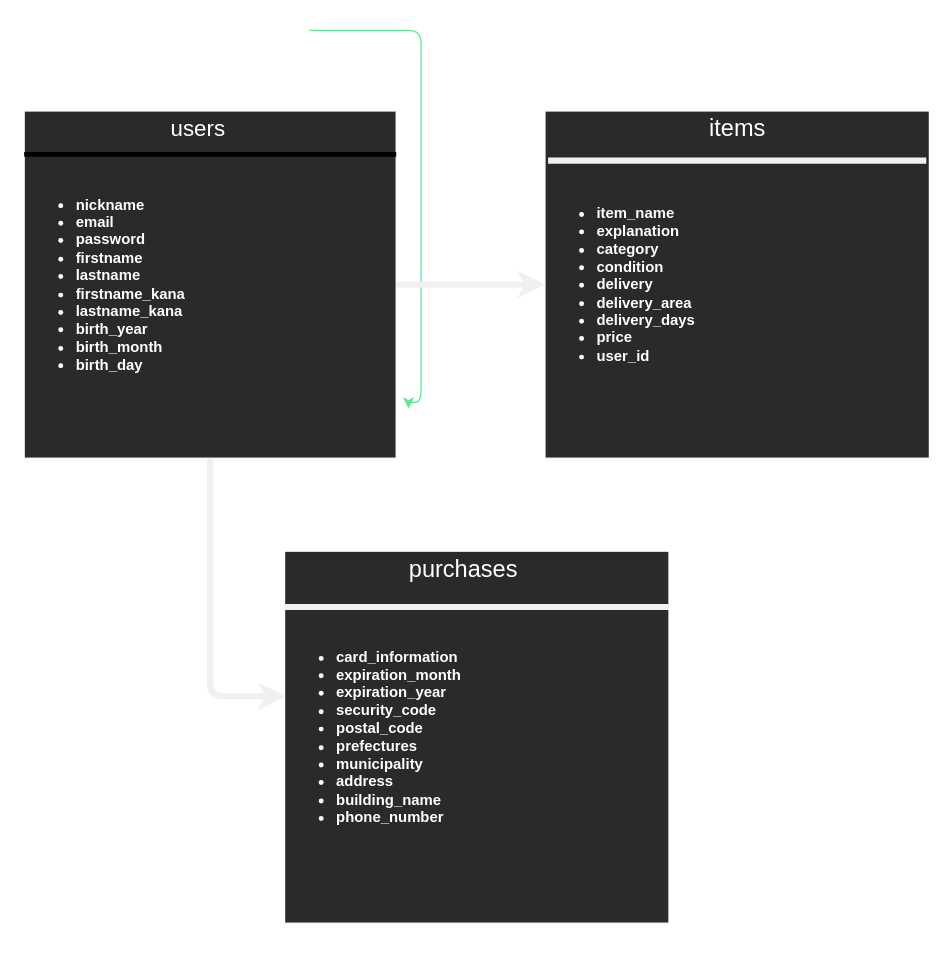
hiromu-t396/furima-32093 keeps this draw.io diagram as furima.dio. Above is the earlier version. Source tidied: cells renumbered, new cells numbered last; positions are measured from the earlier drawing's top-left corner, leaving out a move shared by most shapes. Both pictures are drawn from the tidied source at 124%, with x=0, y=0 at pixel (24, -88).
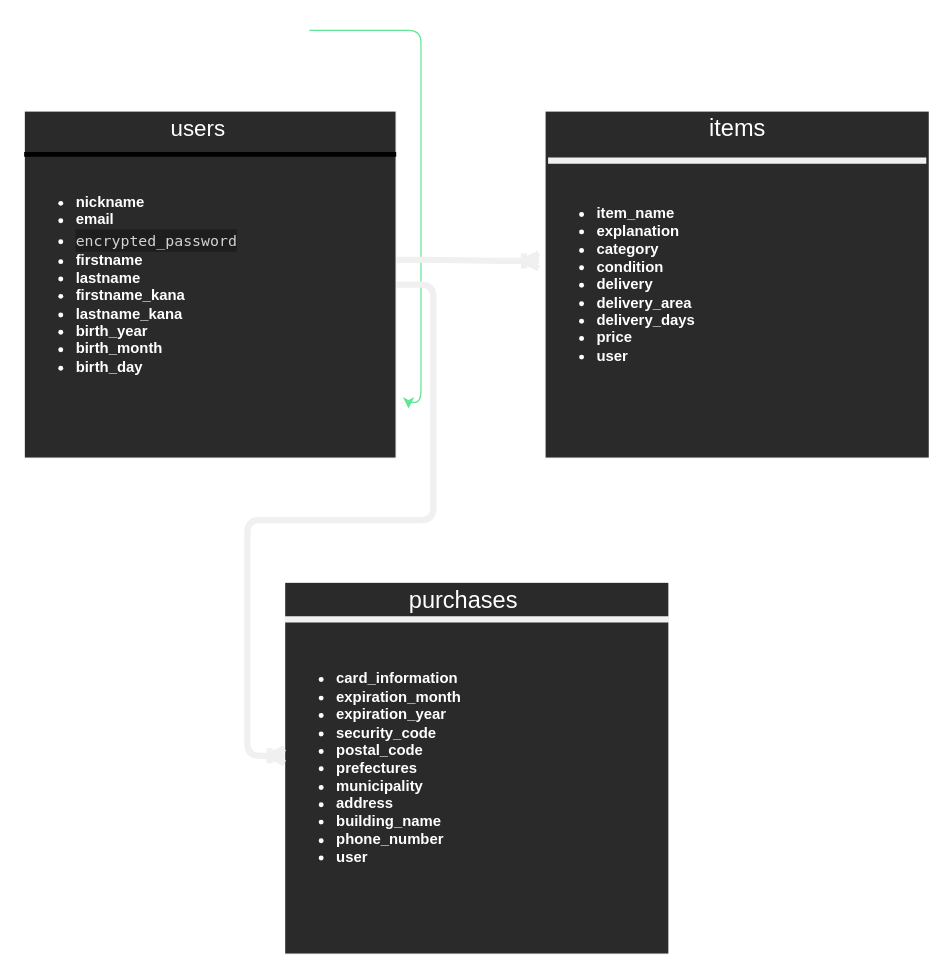
The same page after the edit.

Change to the diagram source:
```diff
@@
-    <mxCell id="5" style="edgeStyle=orthogonalEdgeStyle;curved=0;rounded=1;sketch=0;jettySize=auto;html=1;entryX=0;entryY=0.5;entryDx=0;entryDy=0;strokeColor=#f0f0f0;strokeWidth=5;fillColor=#F694C1;fontSize=19;fontColor=#FFFFFF;" parent="1" edge="1" source="7" target="10">
-      <mxGeometry relative="1" as="geometry" />
-    </mxCell>
-    <mxCell id="6" style="edgeStyle=orthogonalEdgeStyle;curved=0;rounded=1;sketch=0;jettySize=auto;html=1;entryX=0.003;entryY=0.39;entryDx=0;entryDy=0;entryPerimeter=0;strokeColor=#f0f0f0;strokeWidth=5;fillColor=#F694C1;fontSize=19;fontColor=#FFFFFF;" parent="1" edge="1" source="7" target="11">
-      <mxGeometry relative="1" as="geometry" />
-    </mxCell>
-    <mxCell id="7" value="&lt;ul&gt;&lt;li&gt;nickname&lt;/li&gt;&lt;li&gt;email&lt;/li&gt;&lt;li&gt;password&lt;/li&gt;&lt;li&gt;firstname&lt;/li&gt;&lt;li&gt;lastname&lt;/li&gt;&lt;li&gt;firstname_kana&lt;/li&gt;&lt;li&gt;lastname_kana&lt;/li&gt;&lt;li&gt;birth_year&lt;/li&gt;&lt;li&gt;birth_month&lt;/li&gt;&lt;li&gt;birth_day&lt;/li&gt;&lt;/ul&gt;" style="rounded=0;whiteSpace=wrap;html=1;shadow=0;labelBackgroundColor=none;sketch=0;strokeWidth=1;fillColor=#2a2a2a;fontColor=#FFFFFF;align=left;fontStyle=1;strokeColor=#FFFFFF;" parent="1" vertex="1">
+    <mxCell id="7" value="&lt;ul&gt;&lt;li&gt;nickname&lt;/li&gt;&lt;li&gt;email&lt;/li&gt;&lt;li&gt;&lt;div style=&quot;color: rgb(212 , 212 , 212) ; background-color: rgb(30 , 30 , 30) ; font-family: &amp;#34;menlo&amp;#34; , &amp;#34;monaco&amp;#34; , &amp;#34;courier new&amp;#34; , monospace ; font-weight: normal ; line-height: 18px&quot;&gt;encrypted_password&lt;/div&gt;&lt;/li&gt;&lt;li&gt;firstname&lt;/li&gt;&lt;li&gt;lastname&lt;/li&gt;&lt;li&gt;firstname_kana&lt;/li&gt;&lt;li&gt;lastname_kana&lt;/li&gt;&lt;li&gt;birth_year&lt;/li&gt;&lt;li&gt;birth_month&lt;/li&gt;&lt;li&gt;birth_day&lt;/li&gt;&lt;/ul&gt;" style="rounded=0;whiteSpace=wrap;html=1;shadow=0;labelBackgroundColor=none;sketch=0;strokeWidth=1;fillColor=#2a2a2a;fontColor=#FFFFFF;align=left;fontStyle=1;strokeColor=#FFFFFF;" parent="1" vertex="1">
       <mxGeometry y="160" width="300" height="280" as="geometry" />
     </mxCell>
@@
-    <mxCell id="10" value="&lt;ul&gt;&lt;li&gt;item_name&lt;/li&gt;&lt;li&gt;explanation&lt;/li&gt;&lt;li&gt;category&lt;/li&gt;&lt;li&gt;condition&lt;/li&gt;&lt;li&gt;delivery&lt;/li&gt;&lt;li&gt;delivery_area&lt;/li&gt;&lt;li&gt;delivery_days&lt;/li&gt;&lt;li&gt;price&lt;/li&gt;&lt;li&gt;user_id&lt;/li&gt;&lt;/ul&gt;" style="rounded=0;whiteSpace=wrap;html=1;shadow=0;labelBackgroundColor=none;sketch=0;strokeWidth=1;fillColor=#2a2a2a;fontColor=#FFFFFF;align=left;fontStyle=1;strokeColor=#FFFFFF;" parent="1" vertex="1">
+    <mxCell id="10" value="&lt;ul&gt;&lt;li&gt;item_name&lt;/li&gt;&lt;li&gt;explanation&lt;/li&gt;&lt;li&gt;category&lt;/li&gt;&lt;li&gt;condition&lt;/li&gt;&lt;li&gt;delivery&lt;/li&gt;&lt;li&gt;delivery_area&lt;/li&gt;&lt;li&gt;delivery_days&lt;/li&gt;&lt;li&gt;price&lt;/li&gt;&lt;li&gt;user&lt;/li&gt;&lt;/ul&gt;" style="rounded=0;whiteSpace=wrap;html=1;shadow=0;labelBackgroundColor=none;sketch=0;strokeWidth=1;fillColor=#2a2a2a;fontColor=#FFFFFF;align=left;fontStyle=1;strokeColor=#FFFFFF;" parent="1" vertex="1">
       <mxGeometry x="420" y="160" width="310" height="280" as="geometry" />
     </mxCell>
-    <mxCell id="11" value="&lt;ul&gt;&lt;li&gt;card_information&lt;/li&gt;&lt;li&gt;expiration_month&lt;/li&gt;&lt;li&gt;expiration_year&lt;/li&gt;&lt;li&gt;security_code&lt;/li&gt;&lt;li&gt;postal_code&lt;/li&gt;&lt;li&gt;prefectures&lt;/li&gt;&lt;li&gt;municipality&lt;/li&gt;&lt;li&gt;address&lt;/li&gt;&lt;li&gt;building_name&lt;/li&gt;&lt;li&gt;phone_number&lt;/li&gt;&lt;/ul&gt;" style="rounded=0;whiteSpace=wrap;html=1;shadow=0;labelBackgroundColor=none;sketch=0;strokeWidth=1;fillColor=#2a2a2a;fontColor=#FFFFFF;align=left;fontStyle=1;strokeColor=#FFFFFF;" parent="1" vertex="1">
-      <mxGeometry x="210" y="515" width="310" height="300" as="geometry" />
+    <mxCell id="11" value="&lt;ul&gt;&lt;li&gt;card_information&lt;/li&gt;&lt;li&gt;expiration_month&lt;/li&gt;&lt;li&gt;expiration_year&lt;/li&gt;&lt;li&gt;security_code&lt;/li&gt;&lt;li&gt;postal_code&lt;/li&gt;&lt;li&gt;prefectures&lt;/li&gt;&lt;li&gt;municipality&lt;/li&gt;&lt;li&gt;address&lt;/li&gt;&lt;li&gt;building_name&lt;/li&gt;&lt;li&gt;phone_number&lt;/li&gt;&lt;li&gt;user&lt;/li&gt;&lt;/ul&gt;" style="rounded=0;whiteSpace=wrap;html=1;shadow=0;labelBackgroundColor=none;sketch=0;strokeWidth=1;fillColor=#2a2a2a;fontColor=#FFFFFF;align=left;fontStyle=1;strokeColor=#FFFFFF;" parent="1" vertex="1">
+      <mxGeometry x="210" y="540" width="310" height="300" as="geometry" />
     </mxCell>
@@
     <mxCell id="14" style="endArrow=none;html=1;strokeColor=#f0f0f0;fillColor=#F694C1;fontSize=19;fontColor=#FFFFFF;strokeWidth=5;" parent="1" edge="1">
       <mxGeometry relative="1" as="geometry">
-        <mxPoint x="210" y="560" as="sourcePoint" />
-        <mxPoint x="520" y="560" as="targetPoint" />
+        <mxPoint x="210" y="570" as="sourcePoint" />
+        <mxPoint x="520" y="570" as="targetPoint" />
+        <Array as="points">
+          <mxPoint x="360" y="570" />
+        </Array>
       </mxGeometry>
     </mxCell>
     <mxCell id="15" value="purchases" style="text;html=1;align=center;verticalAlign=middle;fontSize=19;fontColor=#FFFFFF;" parent="1" vertex="1">
-      <mxGeometry x="304" y="515" width="100" height="30" as="geometry" />
+      <mxGeometry x="304" y="540" width="100" height="30" as="geometry" />
     </mxCell>
+    <mxCell id="16" style="edgeStyle=entityRelationEdgeStyle;fontSize=12;html=1;endArrow=ERoneToMany;strokeColor=#f0f0f0;strokeWidth=5;fillColor=#F694C1;" parent="1" edge="1" source="7">
+      <mxGeometry relative="1" as="geometry">
+        <mxPoint x="210" y="680" as="targetPoint" />
+      </mxGeometry>
+    </mxCell>
+    <mxCell id="17" style="edgeStyle=entityRelationEdgeStyle;fontSize=12;html=1;endArrow=ERoneToMany;strokeColor=#f0f0f0;strokeWidth=5;fillColor=#F694C1;entryX=-0.016;entryY=0.432;entryDx=0;entryDy=0;entryPerimeter=0;" parent="1" edge="1" target="10">
+      <mxGeometry relative="1" as="geometry">
+        <mxPoint x="300" y="280" as="sourcePoint" />
+      </mxGeometry>
+    </mxCell>
```
